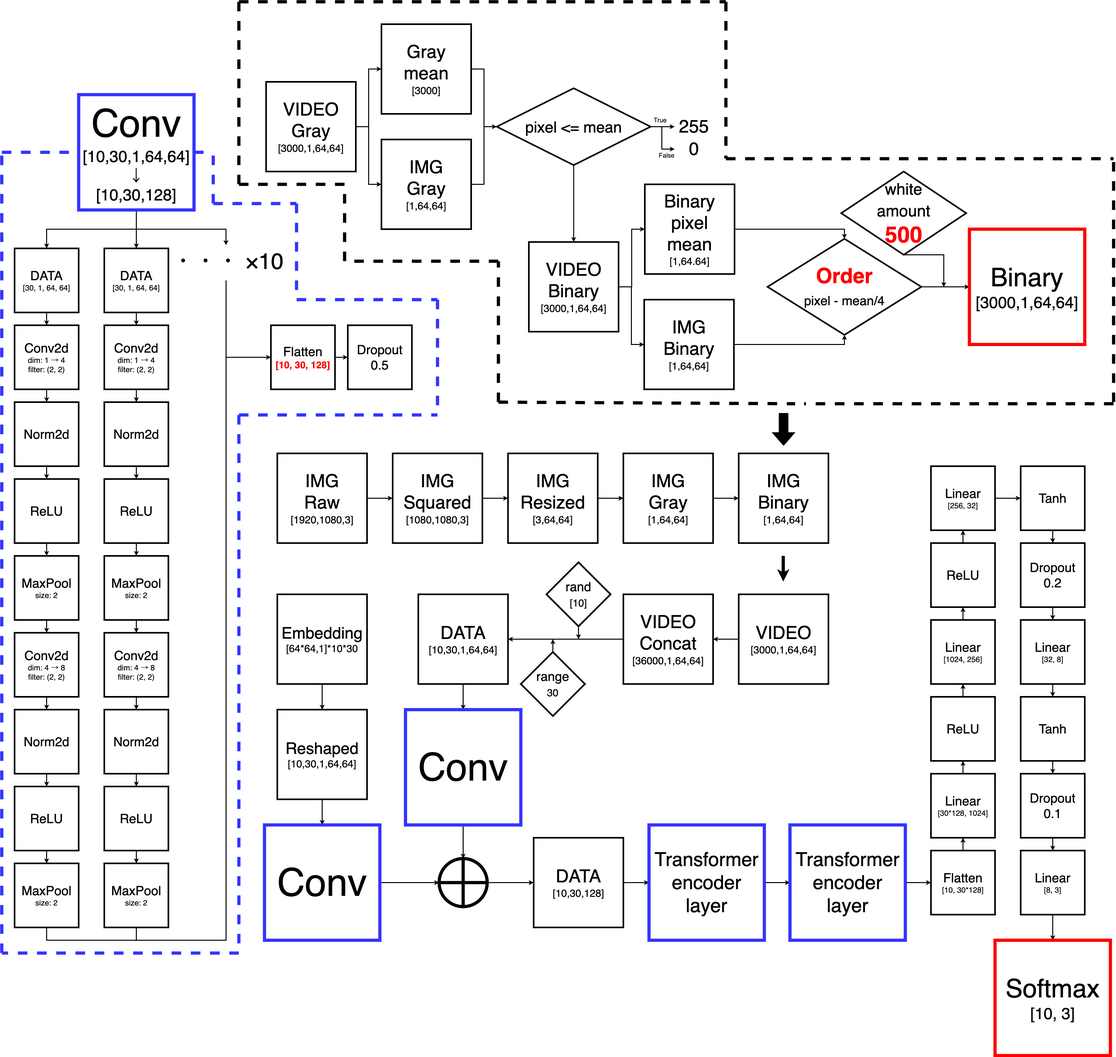
jasmine-jp/predict_dance2 keeps this draw.io diagram as src/git/flowchart.png. Above is the earlier version. Source tidied: cells renumbered, new cells last; positions are measured from the earlier drawing's top-left corner, leaving out a move shared by most shapes.
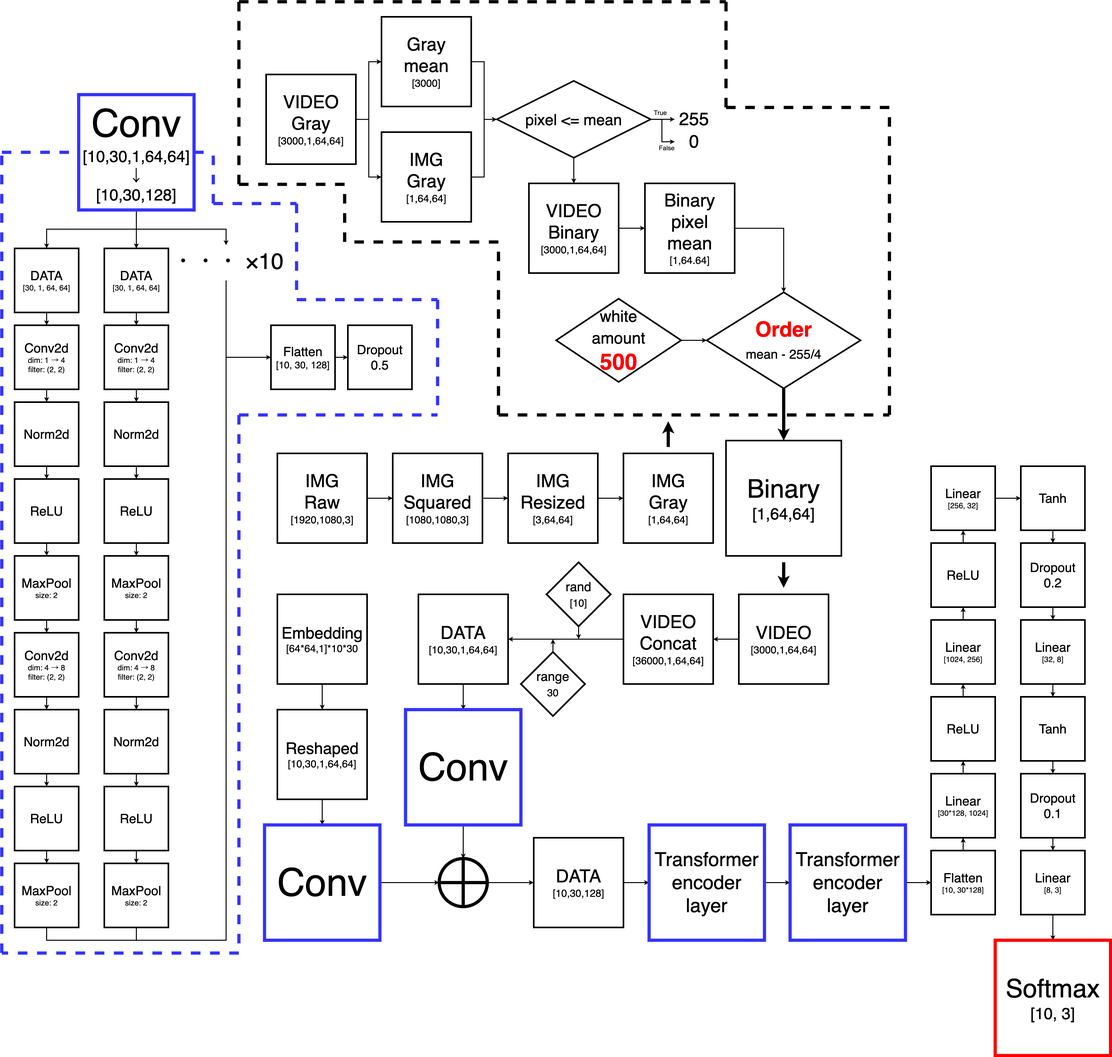
After the commit.

Change to the diagram source:
```diff
@@ -30,4 +30,4 @@
       <mxGeometry relative="1" as="geometry">
-        <mxPoint x="2439.1" y="1730" as="sourcePoint" />
-        <mxPoint x="2439.1" y="1810" as="targetPoint" />
+        <mxPoint x="2439.9" y="1750" as="sourcePoint" />
+        <mxPoint x="2439.9" y="1830" as="targetPoint" />
       </mxGeometry>
@@ -56,5 +56,2 @@
     </mxCell>
-    <mxCell id="17" style="edgeStyle=orthogonalEdgeStyle;rounded=0;jettySize=auto;html=1;strokeWidth=3;" parent="1" edge="1" source="18" target="19">
-      <mxGeometry relative="1" as="geometry" />
-    </mxCell>
     <mxCell id="18" value="&lt;font style=&quot;&quot;&gt;&lt;font style=&quot;font-size: 56px;&quot;&gt;IMG&lt;br&gt;&lt;/font&gt;&lt;span style=&quot;font-size: 56px;&quot;&gt;Gray&lt;/span&gt;&lt;br&gt;&lt;span style=&quot;font-size: 32px;&quot;&gt;[1,64,64]&lt;/span&gt;&lt;/font&gt;" style="rounded=0;whiteSpace=wrap;html=1;strokeWidth=5;" parent="1" vertex="1">
@@ -62,5 +59,2 @@
     </mxCell>
-    <mxCell id="19" value="&lt;font style=&quot;&quot;&gt;&lt;font style=&quot;font-size: 56px;&quot;&gt;IMG&lt;br&gt;&lt;/font&gt;&lt;span style=&quot;font-size: 56px;&quot;&gt;Binary&lt;/span&gt;&lt;br&gt;&lt;span style=&quot;font-size: 32px;&quot;&gt;[1,64,64]&lt;/span&gt;&lt;/font&gt;" style="rounded=0;whiteSpace=wrap;html=1;strokeWidth=5;" parent="1" vertex="1">
-      <mxGeometry x="2300" y="1410" width="280" height="280" as="geometry" />
-    </mxCell>
     <mxCell id="20" style="edgeStyle=orthogonalEdgeStyle;rounded=0;jettySize=auto;html=1;strokeWidth=3;fontSize=40;" parent="1" edge="1" source="21" target="9">
@@ -214,3 +208,3 @@
     </mxCell>
-    <mxCell id="63" value="&lt;font style=&quot;&quot;&gt;&lt;font style=&quot;font-size: 40px;&quot;&gt;Flatten&lt;br&gt;&lt;/font&gt;&lt;font color=&quot;#ff0000&quot; style=&quot;font-size: 30px;&quot;&gt;&lt;b&gt;[10, 30, 128]&lt;/b&gt;&lt;/font&gt;&lt;br&gt;&lt;/font&gt;" style="rounded=0;whiteSpace=wrap;html=1;strokeWidth=5;" parent="1" vertex="1">
+    <mxCell id="63" value="&lt;font style=&quot;&quot;&gt;&lt;font style=&quot;font-size: 40px;&quot;&gt;Flatten&lt;br&gt;&lt;/font&gt;&lt;font style=&quot;font-size: 30px;&quot;&gt;[10, 30, 128]&lt;/font&gt;&lt;br&gt;&lt;/font&gt;" style="rounded=0;whiteSpace=wrap;html=1;strokeWidth=5;" parent="1" vertex="1">
       <mxGeometry x="840" y="1010" width="200" height="200" as="geometry" />
@@ -363,5 +357,2 @@
     </mxCell>
-    <mxCell id="108" style="verticalLabelPosition=bottom;verticalAlign=top;html=1;strokeWidth=2;shape=mxgraph.arrows2.arrow;dy=0.6;dx=40;notch=0;fontSize=80;rotation=90;fillColor=#000000;" parent="1" vertex="1">
-      <mxGeometry x="2390" y="1300" width="100" height="70" as="geometry" />
-    </mxCell>
     <mxCell id="109" style="edgeStyle=orthogonalEdgeStyle;rounded=0;jettySize=auto;html=1;strokeWidth=3;fontSize=20;" parent="1" edge="1" source="111" target="113">
@@ -373,3 +364,3 @@
     <mxCell id="111" value="&lt;font style=&quot;&quot;&gt;&lt;font style=&quot;font-size: 56px;&quot;&gt;VIDEO&lt;br&gt;&lt;/font&gt;&lt;span style=&quot;font-size: 56px;&quot;&gt;Gray&lt;/span&gt;&lt;br&gt;&lt;span style=&quot;font-size: 32px;&quot;&gt;[3000,1,64,64]&lt;/span&gt;&lt;/font&gt;" style="rounded=0;whiteSpace=wrap;html=1;strokeWidth=5;" parent="1" vertex="1">
-      <mxGeometry x="825" y="250" width="280" height="280" as="geometry" />
+      <mxGeometry x="825" y="227" width="280" height="280" as="geometry" />
     </mxCell>
@@ -379,3 +370,3 @@
     <mxCell id="113" value="&lt;font style=&quot;&quot;&gt;&lt;span style=&quot;font-size: 56px;&quot;&gt;Gray&lt;br&gt;&lt;/span&gt;&lt;font style=&quot;font-size: 56px;&quot;&gt;mean&lt;/font&gt;&lt;br&gt;&lt;span style=&quot;font-size: 32px;&quot;&gt;[3000]&lt;/span&gt;&lt;/font&gt;" style="rounded=0;whiteSpace=wrap;html=1;strokeWidth=5;" parent="1" vertex="1">
-      <mxGeometry x="1185" y="70" width="280" height="280" as="geometry" />
+      <mxGeometry x="1185" y="47" width="280" height="280" as="geometry" />
     </mxCell>
@@ -385,3 +376,3 @@
     <mxCell id="115" value="&lt;font style=&quot;&quot;&gt;&lt;font style=&quot;font-size: 56px;&quot;&gt;IMG&lt;br&gt;&lt;/font&gt;&lt;span style=&quot;font-size: 56px;&quot;&gt;Gray&lt;/span&gt;&lt;br&gt;&lt;span style=&quot;font-size: 32px;&quot;&gt;[1,64,64]&lt;/span&gt;&lt;/font&gt;" style="rounded=0;whiteSpace=wrap;html=1;strokeWidth=5;" parent="1" vertex="1">
-      <mxGeometry x="1185" y="430" width="280" height="280" as="geometry" />
+      <mxGeometry x="1185" y="407" width="280" height="280" as="geometry" />
     </mxCell>
@@ -390,66 +381,56 @@
     </mxCell>
+    <mxCell id="118" style="edgeStyle=orthogonalEdgeStyle;rounded=0;jettySize=auto;html=1;fontSize=70;strokeWidth=3;" parent="1" edge="1" source="119">
+      <mxGeometry relative="1" as="geometry">
+        <mxPoint x="2100" y="437" as="targetPoint" />
+        <Array as="points">
+          <mxPoint x="2060" y="367" />
+          <mxPoint x="2060" y="437" />
+        </Array>
+      </mxGeometry>
+    </mxCell>
-    <mxCell id="117" style="edgeStyle=orthogonalEdgeStyle;rounded=0;jettySize=auto;html=1;strokeWidth=3;fontSize=20;" parent="1" edge="1" source="119" target="126">
+    <mxCell id="117" style="edgeStyle=orthogonalEdgeStyle;rounded=0;jettySize=auto;html=1;strokeWidth=3;" parent="1" edge="1" source="119" target="126">
       <mxGeometry relative="1" as="geometry" />
     </mxCell>
-    <mxCell id="118" style="edgeStyle=orthogonalEdgeStyle;rounded=0;jettySize=auto;html=1;fontSize=70;strokeWidth=3;" parent="1" edge="1" source="119">
-      <mxGeometry relative="1" as="geometry">
-        <mxPoint x="2100" y="460" as="targetPoint" />
-        <Array as="points">
-          <mxPoint x="2060" y="390" />
-          <mxPoint x="2060" y="460" />
-        </Array>
-      </mxGeometry>
-    </mxCell>
     <mxCell id="119" value="&lt;font style=&quot;font-size: 48px;&quot;&gt;pixel &amp;lt;= mean&lt;/font&gt;" style="strokeWidth=5;html=1;shape=mxgraph.flowchart.decision;whiteSpace=wrap;strokeColor=#000000;fontSize=56;fillColor=#FFFFFF;" parent="1" vertex="1">
-      <mxGeometry x="1545" y="270" width="480" height="240" as="geometry" />
+      <mxGeometry x="1545" y="247" width="480" height="240" as="geometry" />
     </mxCell>
     <mxCell id="120" value="&lt;font style=&quot;font-size: 56px;&quot;&gt;255&lt;/font&gt;" style="text;html=1;align=center;verticalAlign=middle;points=[];strokeColor=none;fillColor=none;fontSize=48;" parent="1" vertex="1">
-      <mxGeometry x="2100" y="350" width="120" height="80" as="geometry" />
+      <mxGeometry x="2100" y="327" width="120" height="80" as="geometry" />
     </mxCell>
     <mxCell id="121" value="&lt;font style=&quot;font-size: 56px;&quot;&gt;0&lt;/font&gt;" style="text;html=1;align=center;verticalAlign=middle;strokeColor=none;fillColor=none;fontSize=48;" parent="1" vertex="1">
-      <mxGeometry x="2135" y="420" width="50" height="80" as="geometry" />
+      <mxGeometry x="2135" y="397" width="50" height="80" as="geometry" />
     </mxCell>
     <mxCell id="122" value="True" style="text;html=1;align=center;verticalAlign=middle;strokeColor=none;fillColor=none;fontSize=20;" parent="1" vertex="1">
-      <mxGeometry x="2025" y="350" width="60" height="40" as="geometry" />
+      <mxGeometry x="2025" y="327" width="60" height="40" as="geometry" />
     </mxCell>
     <mxCell id="123" value="False" style="text;html=1;align=center;verticalAlign=middle;strokeColor=none;fillColor=none;fontSize=20;" parent="1" vertex="1">
-      <mxGeometry x="2040" y="460" width="70" height="40" as="geometry" />
+      <mxGeometry x="2040" y="437" width="70" height="40" as="geometry" />
     </mxCell>
-    <mxCell id="124" style="edgeStyle=orthogonalEdgeStyle;rounded=0;jettySize=auto;html=1;strokeWidth=3;fontSize=40;fontColor=#FF0000;" parent="1" edge="1" source="126" target="130">
+    <mxCell id="124" style="edgeStyle=orthogonalEdgeStyle;rounded=0;jettySize=auto;html=1;strokeWidth=3;" parent="1" edge="1" source="126" target="130">
       <mxGeometry relative="1" as="geometry" />
     </mxCell>
-    <mxCell id="125" style="edgeStyle=orthogonalEdgeStyle;rounded=0;jettySize=auto;html=1;strokeWidth=3;fontSize=40;fontColor=#FF0000;" parent="1" edge="1" source="126" target="132">
-      <mxGeometry relative="1" as="geometry" />
-    </mxCell>
     <mxCell id="126" value="&lt;font style=&quot;&quot;&gt;&lt;font style=&quot;font-size: 56px;&quot;&gt;VIDEO&lt;br&gt;&lt;/font&gt;&lt;span style=&quot;font-size: 56px;&quot;&gt;Binary&lt;br&gt;&lt;/span&gt;&lt;span style=&quot;font-size: 32px;&quot;&gt;[3000,1,64,64]&lt;/span&gt;&lt;/font&gt;" style="rounded=0;whiteSpace=wrap;html=1;strokeWidth=5;" parent="1" vertex="1">
-      <mxGeometry x="1645" y="750" width="280" height="280" as="geometry" />
+      <mxGeometry x="1645" y="567" width="280" height="280" as="geometry" />
     </mxCell>
-    <mxCell id="127" style="edgeStyle=orthogonalEdgeStyle;rounded=0;jettySize=auto;html=1;strokeWidth=3;fontSize=40;fontColor=#FF0000;" parent="1" edge="1" source="128" target="157">
-      <mxGeometry relative="1" as="geometry" />
-    </mxCell>
+    <mxCell id="158" style="edgeStyle=orthogonalEdgeStyle;rounded=0;jettySize=auto;html=1;strokeWidth=10;" parent="1" edge="1" source="128" target="160">
+      <mxGeometry relative="1" as="geometry" />
+    </mxCell>
-    <mxCell id="128" value="&lt;font style=&quot;&quot;&gt;&lt;font color=&quot;#ff0000&quot;&gt;&lt;b&gt;&lt;font style=&quot;font-size: 65px;&quot;&gt;Order&lt;/font&gt;&lt;br&gt;&lt;/b&gt;&lt;/font&gt;&lt;font style=&quot;font-size: 40px;&quot;&gt;pixel - mean/4&lt;/font&gt;&lt;/font&gt;" style="strokeWidth=5;html=1;shape=mxgraph.flowchart.decision;whiteSpace=wrap;strokeColor=#000000;fontSize=56;fillColor=#FFFFFF;" parent="1" vertex="1">
-      <mxGeometry x="2390" y="740" width="480" height="300" as="geometry" />
+    <mxCell id="128" value="&lt;font style=&quot;&quot;&gt;&lt;font color=&quot;#ff0000&quot;&gt;&lt;b&gt;&lt;font style=&quot;font-size: 65px;&quot;&gt;Order&lt;/font&gt;&lt;br&gt;&lt;/b&gt;&lt;/font&gt;&lt;font style=&quot;font-size: 40px;&quot;&gt;mean - 255/4&lt;/font&gt;&lt;/font&gt;" style="strokeWidth=5;html=1;shape=mxgraph.flowchart.decision;whiteSpace=wrap;strokeColor=#000000;fontSize=56;fillColor=#FFFFFF;" parent="1" vertex="1">
+      <mxGeometry x="2200" y="907" width="480" height="300" as="geometry" />
     </mxCell>
-    <mxCell id="129" style="edgeStyle=orthogonalEdgeStyle;rounded=0;jettySize=auto;html=1;entryX=0.5;entryY=0;entryDx=0;entryDy=0;entryPerimeter=0;fontSize=40;fontColor=#FF0000;strokeWidth=3;" parent="1" edge="1" source="130" target="128">
-      <mxGeometry relative="1" as="geometry" />
+    <mxCell id="129" style="edgeStyle=orthogonalEdgeStyle;rounded=0;jettySize=auto;html=1;strokeWidth=3;entryX=0.5;entryY=0;entryDx=0;entryDy=0;entryPerimeter=0;" parent="1" edge="1" source="130" target="128">
+      <mxGeometry relative="1" as="geometry">
+        <Array as="points">
+          <mxPoint x="2440" y="707" />
+        </Array>
+      </mxGeometry>
     </mxCell>
     <mxCell id="130" value="&lt;font style=&quot;&quot;&gt;&lt;span style=&quot;font-size: 56px;&quot;&gt;Binary&lt;/span&gt;&lt;span style=&quot;font-size: 56px;&quot;&gt;&lt;br&gt;&lt;/span&gt;&lt;font style=&quot;font-size: 56px;&quot;&gt;pixel&lt;br&gt;mean&lt;/font&gt;&lt;br&gt;&lt;span style=&quot;font-size: 32px;&quot;&gt;[1,64.64]&lt;/span&gt;&lt;/font&gt;" style="rounded=0;whiteSpace=wrap;html=1;strokeWidth=5;" parent="1" vertex="1">
-      <mxGeometry x="2007" y="570" width="280" height="280" as="geometry" />
+      <mxGeometry x="2007" y="567" width="280" height="280" as="geometry" />
     </mxCell>
-    <mxCell id="131" style="edgeStyle=orthogonalEdgeStyle;rounded=0;jettySize=auto;html=1;entryX=0.5;entryY=1;entryDx=0;entryDy=0;entryPerimeter=0;fontSize=40;fontColor=#FF0000;strokeWidth=3;" parent="1" edge="1" source="132" target="128">
-      <mxGeometry relative="1" as="geometry" />
-    </mxCell>
-    <mxCell id="132" value="&lt;font style=&quot;&quot;&gt;&lt;font style=&quot;font-size: 56px;&quot;&gt;IMG&lt;br&gt;&lt;/font&gt;&lt;span style=&quot;font-size: 56px;&quot;&gt;Binary&lt;br&gt;&lt;/span&gt;&lt;span style=&quot;font-size: 32px;&quot;&gt;[1,64,64]&lt;/span&gt;&lt;/font&gt;" style="rounded=0;whiteSpace=wrap;html=1;strokeWidth=5;" parent="1" vertex="1">
-      <mxGeometry x="2005" y="930" width="280" height="280" as="geometry" />
-    </mxCell>
-    <mxCell id="133" style="edgeStyle=orthogonalEdgeStyle;rounded=0;jettySize=auto;html=1;exitX=0.5;exitY=1;exitDx=0;exitDy=0;exitPerimeter=0;strokeWidth=3;fontSize=40;fontColor=#FF0000;" parent="1" edge="1" source="134">
-      <mxGeometry relative="1" as="geometry">
-        <mxPoint x="2940" y="890.7" as="targetPoint" />
-        <Array as="points">
-          <mxPoint x="2940" y="790" />
-        </Array>
-      </mxGeometry>
-    </mxCell>
+    <mxCell id="159" style="edgeStyle=orthogonalEdgeStyle;rounded=0;jettySize=auto;html=1;strokeWidth=3;" parent="1" edge="1" source="134" target="128">
+      <mxGeometry relative="1" as="geometry" />
+    </mxCell>
     <mxCell id="134" value="&lt;font style=&quot;font-size: 50px;&quot;&gt;white&lt;br&gt;amount&lt;br&gt;&lt;/font&gt;&lt;font style=&quot;font-size: 70px;&quot; color=&quot;#ff0000&quot;&gt;&lt;b&gt;500&lt;/b&gt;&lt;/font&gt;" style="strokeWidth=5;html=1;shape=mxgraph.flowchart.decision;whiteSpace=wrap;strokeColor=#000000;fontSize=56;fillColor=#FFFFFF;" parent="1" vertex="1">
-      <mxGeometry x="2620" y="530" width="390" height="260" as="geometry" />
+      <mxGeometry x="1730" y="927" width="390" height="260" as="geometry" />
     </mxCell>
@@ -519,18 +500,6 @@
     </mxCell>
-    <mxCell id="146" style="endArrow=none;dashed=1;html=1;rounded=0;strokeColor=#000000;strokeWidth=10;fontSize=60;fontColor=#FF0000;entryX=0;entryY=0;entryDx=30;entryDy=49;entryPerimeter=0;" parent="1" edge="1">
-      <mxGeometry relative="1" as="geometry">
-        <mxPoint x="1550" y="1250" as="sourcePoint" />
-        <mxPoint x="2476" y="1255" as="targetPoint" />
-      </mxGeometry>
-    </mxCell>
-    <mxCell id="147" style="endArrow=none;dashed=1;html=1;rounded=0;strokeColor=#000000;strokeWidth=10;fontSize=60;fontColor=#FF0000;entryX=0;entryY=0;entryDx=30;entryDy=21;entryPerimeter=0;" parent="1" edge="1">
-      <mxGeometry relative="1" as="geometry">
-        <mxPoint x="3470" y="1255" as="sourcePoint" />
-        <mxPoint x="2504" y="1255" as="targetPoint" />
-      </mxGeometry>
-    </mxCell>
     <mxCell id="148" style="endArrow=none;dashed=1;html=1;rounded=0;strokeColor=#000000;strokeWidth=10;fontSize=60;fontColor=#FF0000;" parent="1" edge="1">
       <mxGeometry relative="1" as="geometry">
-        <mxPoint x="3470" y="1250" as="sourcePoint" />
-        <mxPoint x="3470" y="490" as="targetPoint" />
+        <mxPoint x="2770" y="1290" as="sourcePoint" />
+        <mxPoint x="2770" y="330" as="targetPoint" />
       </mxGeometry>
@@ -539,4 +508,4 @@
       <mxGeometry relative="1" as="geometry">
-        <mxPoint x="2260" y="490" as="sourcePoint" />
-        <mxPoint x="3470" y="490" as="targetPoint" />
+        <mxPoint x="2260" y="330" as="sourcePoint" />
+        <mxPoint x="2780" y="330" as="targetPoint" />
       </mxGeometry>
@@ -546,3 +515,3 @@
         <mxPoint x="2260" as="sourcePoint" />
-        <mxPoint x="2260" y="490" as="targetPoint" />
+        <mxPoint x="2260" y="330" as="targetPoint" />
       </mxGeometry>
@@ -569,3 +538,3 @@
       <mxGeometry relative="1" as="geometry">
-        <mxPoint x="1070" y="810" as="sourcePoint" />
+        <mxPoint x="1070" y="750" as="sourcePoint" />
         <mxPoint x="1070" y="570" as="targetPoint" />
@@ -575,4 +544,4 @@
       <mxGeometry relative="1" as="geometry">
-        <mxPoint x="1550" y="810" as="sourcePoint" />
-        <mxPoint x="1070" y="810" as="targetPoint" />
+        <mxPoint x="1550" y="750" as="sourcePoint" />
+        <mxPoint x="1070" y="750" as="targetPoint" />
       </mxGeometry>
@@ -581,9 +550,21 @@
       <mxGeometry relative="1" as="geometry">
-        <mxPoint x="1550" y="1250" as="sourcePoint" />
-        <mxPoint x="1550" y="810" as="targetPoint" />
+        <mxPoint x="1550" y="1290" as="sourcePoint" />
+        <mxPoint x="1550" y="750" as="targetPoint" />
       </mxGeometry>
     </mxCell>
-    <mxCell id="157" value="&lt;font style=&quot;&quot;&gt;&lt;span style=&quot;font-size: 80px;&quot;&gt;Binary&lt;/span&gt;&lt;br&gt;&lt;font style=&quot;font-size: 50px;&quot;&gt;[3000,1,64,64]&lt;/font&gt;&lt;br&gt;&lt;/font&gt;" style="rounded=0;whiteSpace=wrap;html=1;strokeWidth=10;strokeColor=#FF0000;" parent="1" vertex="1">
-      <mxGeometry x="3020" y="710" width="360" height="360" as="geometry" />
-    </mxCell>
+    <mxCell id="160" value="&lt;font style=&quot;&quot;&gt;&lt;span style=&quot;font-size: 80px;&quot;&gt;Binary&lt;/span&gt;&lt;br&gt;&lt;font style=&quot;font-size: 50px;&quot;&gt;[1,64,64]&lt;/font&gt;&lt;br&gt;&lt;/font&gt;" style="rounded=0;whiteSpace=wrap;html=1;strokeWidth=5;strokeColor=#000000;" parent="1" vertex="1">
+      <mxGeometry x="2260" y="1370" width="360" height="360" as="geometry" />
+    </mxCell>
+    <mxCell id="161" style="endArrow=none;dashed=1;html=1;rounded=0;strokeColor=#000000;strokeWidth=10;fontSize=60;fontColor=#FF0000;" parent="1" edge="1">
+      <mxGeometry relative="1" as="geometry">
+        <mxPoint x="1550" y="1290" as="sourcePoint" />
+        <mxPoint x="2770" y="1290" as="targetPoint" />
+      </mxGeometry>
+    </mxCell>
+    <mxCell id="162" style="edgeStyle=orthogonalEdgeStyle;rounded=0;orthogonalLoop=1;jettySize=auto;html=1;fontSize=56;strokeWidth=10;" parent="1" edge="1">
+      <mxGeometry relative="1" as="geometry">
+        <mxPoint x="2079.8" y="1390" as="sourcePoint" />
+        <mxPoint x="2079.8" y="1310" as="targetPoint" />
+      </mxGeometry>
+    </mxCell>
   </root>
```
